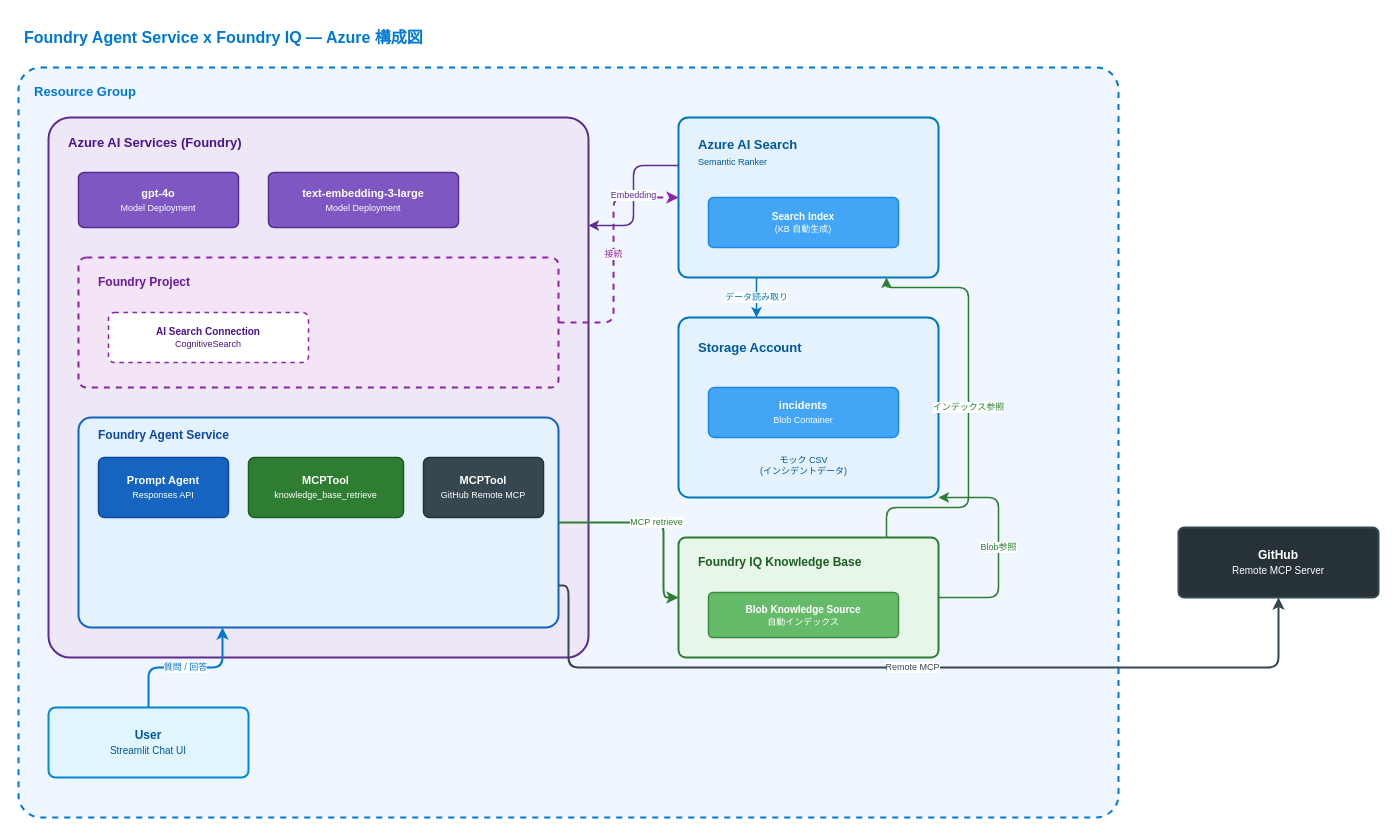
Above: docs/images/architecture.drawio in tniita/foundry-agent-servicenow-lab (draw.io), before the change. Source tidied: cells renumbered, new cells numbered last; positions are measured from the earlier drawing's top-left corner, leaving out a move shared by most shapes. Both pictures are drawn from the tidied source at 100%, with x=0, y=0 at pixel (18, 17).
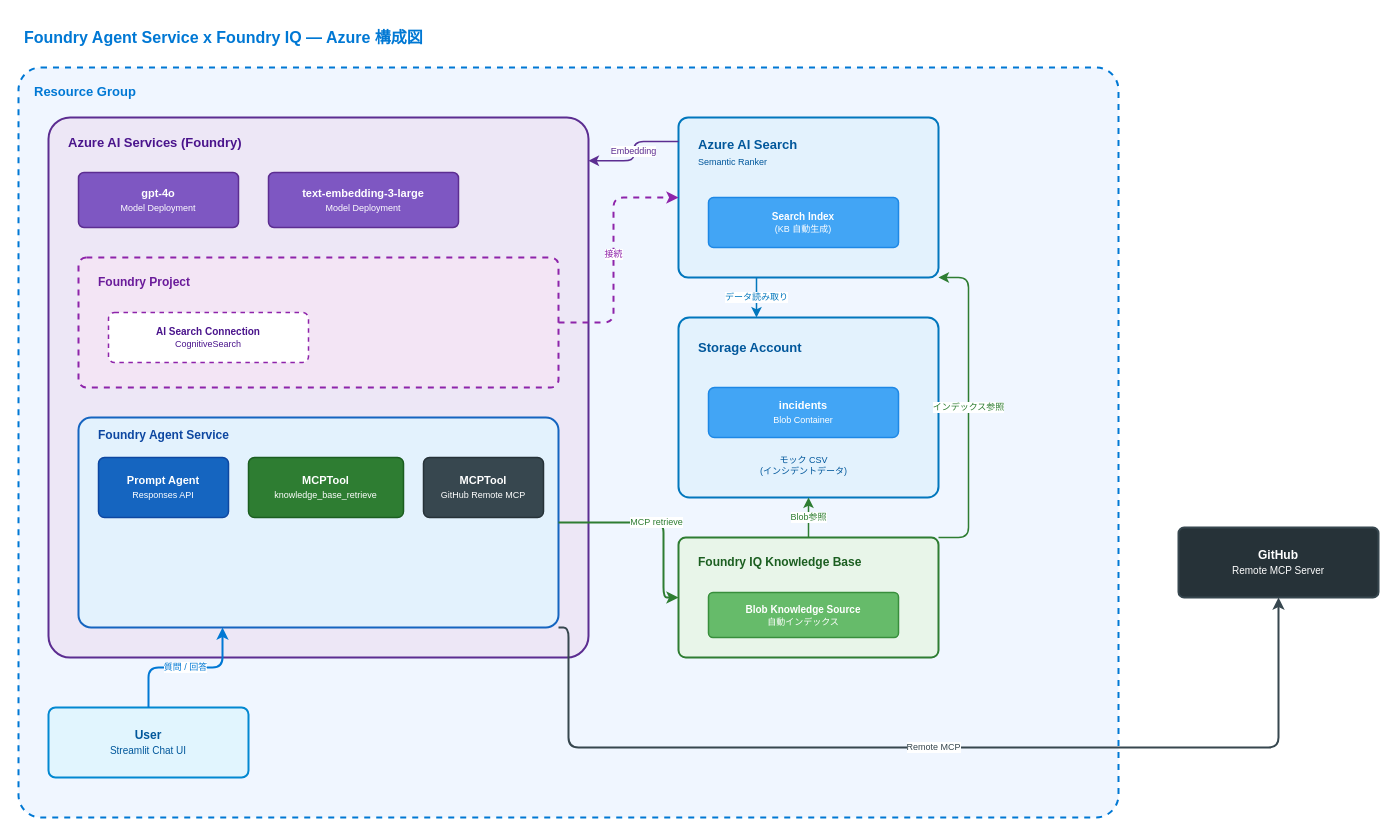
The same page after the edit.

Unchanged cells that the change refers to:
```xml
<mxCell id="3" value="&lt;b&gt;Resource Group&lt;/b&gt;" style="rounded=1;whiteSpace=wrap;html=1;arcSize=3;fillColor=#F0F6FF;strokeColor=#0078D4;strokeWidth=2;dashed=1;verticalAlign=top;align=left;spacingLeft=14;spacingTop=10;fontSize=13;fontColor=#0078D4;" parent="1" vertex="1">
  <mxGeometry y="50" width="1100" height="750" as="geometry" />
</mxCell>
<mxCell id="4" style="rounded=1;whiteSpace=wrap;html=1;arcSize=4;fillColor=#EDE7F6;strokeColor=#5C2D91;strokeWidth=2;" parent="3" vertex="1">
  <mxGeometry x="30" y="50" width="540" height="540" as="geometry" />
</mxCell>
<mxCell id="11" style="rounded=1;whiteSpace=wrap;html=1;arcSize=6;fillColor=#E3F2FD;strokeColor=#1565C0;strokeWidth=2;" parent="4" vertex="1">
  <mxGeometry x="30" y="300" width="480" height="210" as="geometry" />
</mxCell>
<mxCell id="16" style="rounded=1;whiteSpace=wrap;html=1;arcSize=6;fillColor=#E3F2FD;strokeColor=#0277BD;strokeWidth=2;" parent="3" vertex="1">
  <mxGeometry x="660" y="50" width="260" height="160" as="geometry" />
</mxCell>
<mxCell id="19" style="rounded=1;whiteSpace=wrap;html=1;arcSize=6;fillColor=#E3F2FD;strokeColor=#0277BD;strokeWidth=2;" parent="3" vertex="1">
  <mxGeometry x="660" y="250" width="260" height="180" as="geometry" />
</mxCell>
<mxCell id="23" style="rounded=1;whiteSpace=wrap;html=1;arcSize=6;fillColor=#E8F5E9;strokeColor=#2E7D32;strokeWidth=2;" parent="3" vertex="1">
  <mxGeometry x="660" y="470" width="260" height="120" as="geometry" />
</mxCell>
<mxCell id="27" value="&lt;b&gt;GitHub&lt;/b&gt;&lt;br&gt;&lt;font style=&quot;font-size:10px;&quot;&gt;Remote MCP Server&lt;/font&gt;" style="rounded=1;whiteSpace=wrap;html=1;arcSize=8;fillColor=#263238;strokeColor=#37474F;strokeWidth=2;fontColor=#FFFFFF;fontSize=12;" parent="1" vertex="1">
  <mxGeometry x="1160" y="510" width="200" height="70" as="geometry" />
</mxCell>
```

Diff of the diagram source:
```diff
@@
-    <mxCell id="30" value="Embedding" style="edgeStyle=orthogonalEdgeStyle;rounded=1;html=1;strokeColor=#5C2D91;strokeWidth=1.5;fontColor=#5C2D91;fontSize=9;exitX=0;exitY=0.3;exitDx=0;exitDy=0;entryX=1;entryY=0.2;entryDx=0;entryDy=0;" parent="3" edge="1" source="16" target="4">
+    <mxCell id="30" value="Embedding" style="edgeStyle=orthogonalEdgeStyle;rounded=1;html=1;strokeColor=#5C2D91;strokeWidth=1.5;fontColor=#5C2D91;fontSize=9;exitX=0;exitY=0.15;exitDx=0;exitDy=0;entryX=1;entryY=0.08;entryDx=0;entryDy=0;" parent="3" edge="1" source="16" target="4">
       <mxGeometry relative="1" as="geometry" />
     </mxCell>
@@
-    <mxCell id="32" value="インデックス参照" style="edgeStyle=orthogonalEdgeStyle;rounded=1;html=1;strokeColor=#2E7D32;strokeWidth=1.5;fontColor=#2E7D32;fontSize=9;exitX=0.8;exitY=0;exitDx=0;exitDy=0;entryX=0.8;entryY=1;entryDx=0;entryDy=0;" parent="3" edge="1" source="23" target="16">
+    <mxCell id="32" value="インデックス参照" style="edgeStyle=orthogonalEdgeStyle;rounded=1;html=1;strokeColor=#2E7D32;strokeWidth=1.5;fontColor=#2E7D32;fontSize=9;exitX=1;exitY=0;exitDx=0;exitDy=0;entryX=1;entryY=1;entryDx=0;entryDy=0;" parent="3" edge="1" source="23" target="16">
       <mxGeometry relative="1" as="geometry">
         <Array as="points">
-          <mxPoint x="868" y="440" />
-          <mxPoint x="950" y="440" />
-          <mxPoint x="950" y="220" />
-          <mxPoint x="868" y="220" />
+          <mxPoint x="950" y="470" />
+          <mxPoint x="950" y="210" />
         </Array>
       </mxGeometry>
     </mxCell>
-    <mxCell id="33" value="Blob参照" style="edgeStyle=orthogonalEdgeStyle;rounded=1;html=1;strokeColor=#2E7D32;strokeWidth=1.5;fontColor=#2E7D32;fontSize=9;exitX=1;exitY=0.5;exitDx=0;exitDy=0;entryX=1;entryY=1;entryDx=0;entryDy=0;" parent="3" edge="1" source="23" target="19">
-      <mxGeometry relative="1" as="geometry">
-        <Array as="points">
-          <mxPoint x="980" y="530" />
-          <mxPoint x="980" y="430" />
-        </Array>
-      </mxGeometry>
+    <mxCell id="33" value="Blob参照" style="edgeStyle=orthogonalEdgeStyle;rounded=1;html=1;strokeColor=#2E7D32;strokeWidth=1.5;fontColor=#2E7D32;fontSize=9;exitX=0.5;exitY=0;exitDx=0;exitDy=0;entryX=0.5;entryY=1;entryDx=0;entryDy=0;" parent="3" edge="1" source="23" target="19">
+      <mxGeometry relative="1" as="geometry" />
     </mxCell>
-    <mxCell id="34" value="Remote MCP" style="edgeStyle=orthogonalEdgeStyle;rounded=1;html=1;strokeColor=#37474F;strokeWidth=2;fontColor=#37474F;fontSize=9;exitX=1;exitY=0.8;exitDx=0;exitDy=0;entryX=0.5;entryY=1;entryDx=0;entryDy=0;" parent="1" edge="1" source="11" target="27">
+    <mxCell id="34" value="Remote MCP" style="edgeStyle=orthogonalEdgeStyle;rounded=1;html=1;strokeColor=#37474F;strokeWidth=2;fontColor=#37474F;fontSize=9;exitX=1;exitY=1;exitDx=0;exitDy=0;entryX=0.5;entryY=1;entryDx=0;entryDy=0;" parent="1" edge="1" source="11" target="27">
       <mxGeometry relative="1" as="geometry">
         <Array as="points">
-          <mxPoint x="550" y="650" />
-          <mxPoint x="1260" y="650" />
+          <mxPoint x="550" y="730" />
+          <mxPoint x="1260" y="730" />
         </Array>
       </mxGeometry>
     </mxCell>
```
